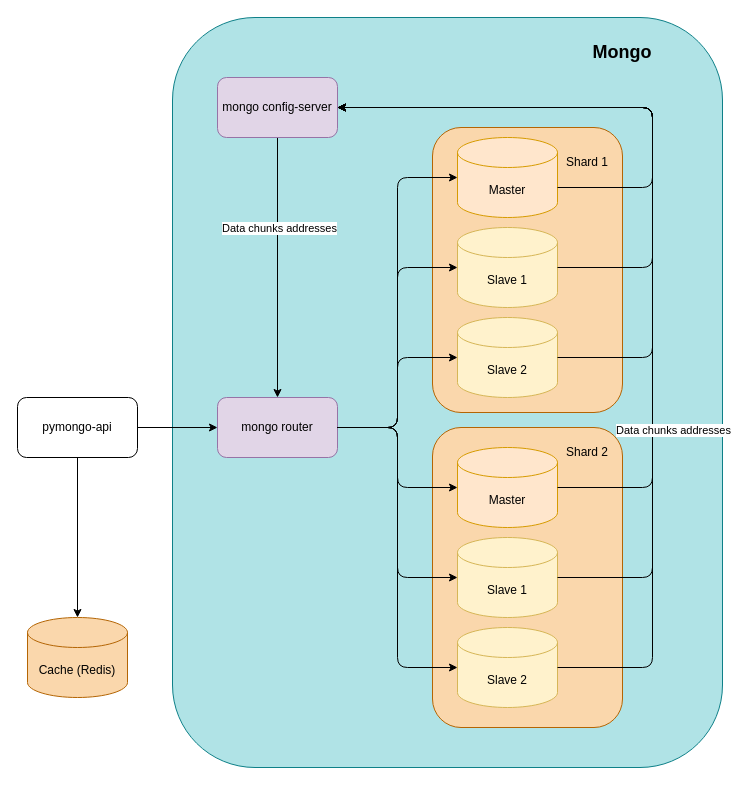
Earlier version of the draw.io diagram task1-plan/task1-plan.drawio (turistigor/yap-arch-task4-sharding-replication). Source tidied: cells renumbered, new cells numbered last; positions are measured from the earlier drawing's top-left corner, leaving out a move shared by most shapes. Both pictures are drawn from the tidied source at 100%, with x=0, y=0 at pixel (17, 17).
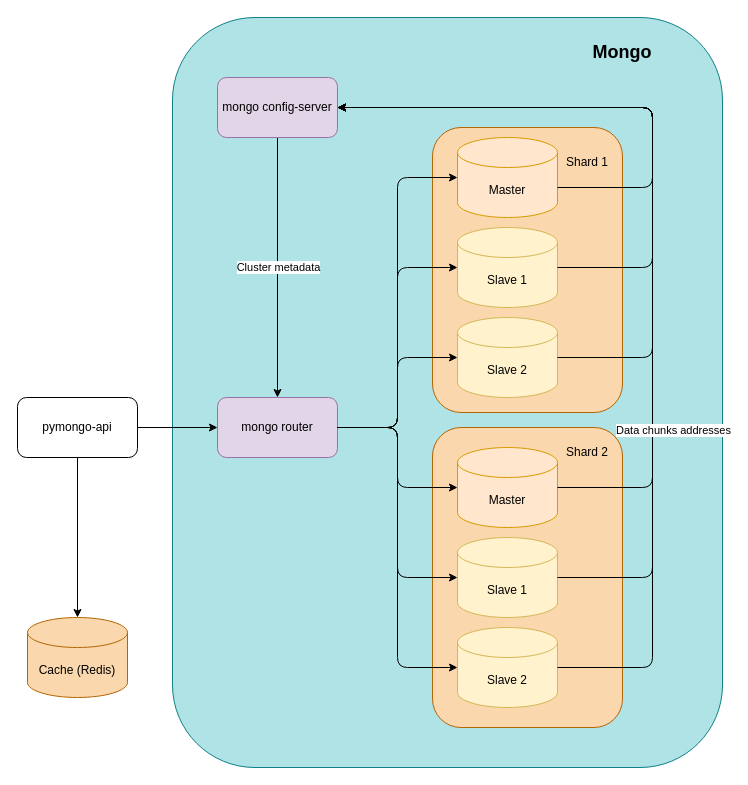
After the change.

Unchanged cells that the change refers to:
```xml
<mxCell id="7" style="edgeStyle=none;html=1;entryX=0.5;entryY=0;entryDx=0;entryDy=0;" parent="1" edge="1" source="9" target="6">
  <mxGeometry relative="1" as="geometry" />
</mxCell>
```

The edit, as a diff of the source:
```diff
@@
-    <mxCell id="8" value="Data chunks addresses" style="edgeLabel;html=1;align=center;verticalAlign=middle;" parent="7" vertex="1">
-      <mxGeometry x="-0.31" y="1" relative="1" as="geometry" />
-    </mxCell>
+    <mxCell id="35" value="Cluster metadata" style="edgeLabel;html=1;align=center;verticalAlign=middle;" parent="7" vertex="1">
+      <mxGeometry x="-0.01" relative="1" as="geometry" />
+    </mxCell>
```
